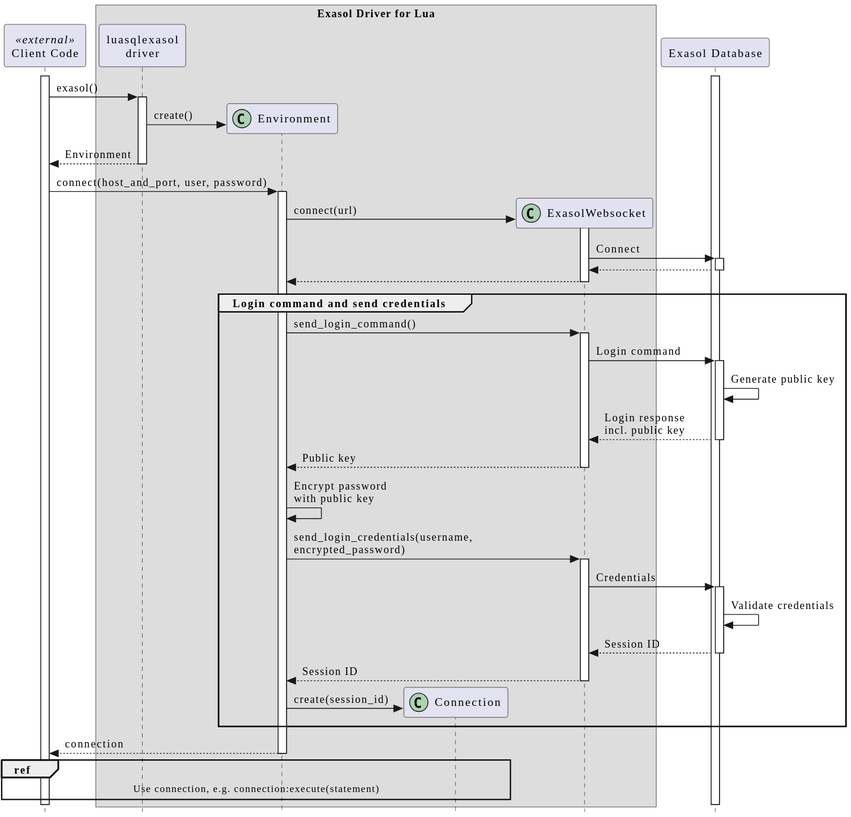
Above: doc/images/generated/seq_environment_connect.svg in exasol/exasol-driver-lua (PlantUML), before the change.
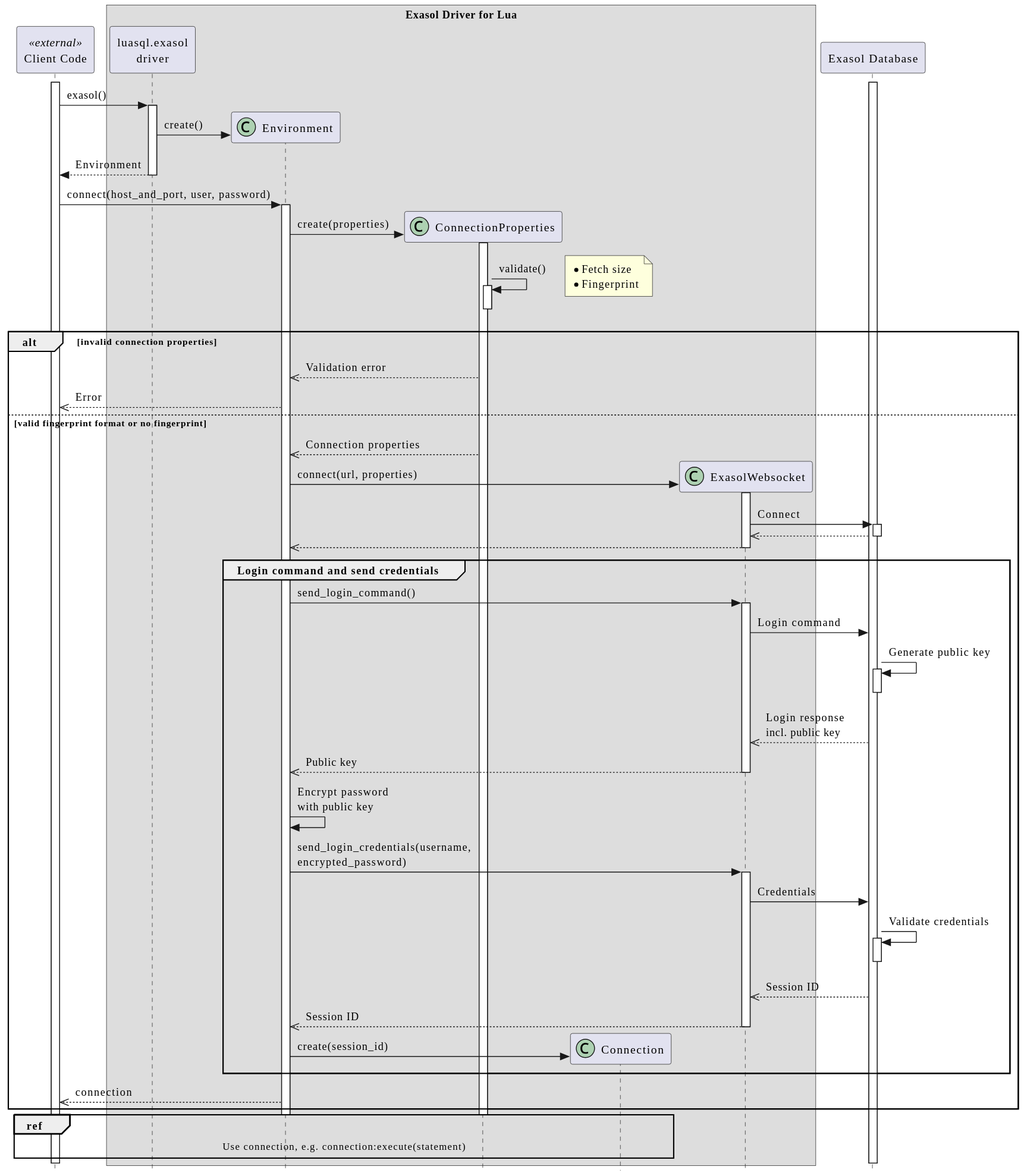
The same diagram one commit later.

The edit, as a diff of the source:
```diff
@@ -1,10 +1,11 @@
-@startuml seq_environment_connect
+@startuml
 !include ../clean.skin
 
 participant "Client Code" as client <<external>>
 box "Exasol Driver for Lua"
-participant "luasqlexasol\ndriver"  as entry
+participant "luasql.exasol\ndriver" as entry
 participant Environment as env << (C,#ADD1B2) >>
+participant ConnectionProperties as props << (C,#ADD1B2) >>
 participant Connection as conn << (C,#ADD1B2) >>
 participant ExasolWebsocket as ws << (C,#ADD1B2) >>
 end box
@@ -20,39 +21,56 @@
 deactivate entry
 client -> env: connect(host_and_port, user, password)
 activate env
-create ws
-env -> ws: connect(url)
-activate ws
-ws -> db: Connect
-activate db
-db --> ws
-deactivate db
-ws --> env
-deactivate ws
-group Login command and send credentials
+create props
+env -> props: create(properties)
+activate props
+props -> props: validate()
+note right
+    * Fetch size
+    * Fingerprint
+end note
+activate props
+deactivate props
+alt invalid connection properties
+    props -->> env: Validation error
+    env -->> client: Error
+else valid fingerprint format or no fingerprint
+    props -->> env: Connection properties
+    create ws
+    env -> ws: connect(url, properties)
+    activate ws
+    ws -> db: Connect
+    activate db
+    db -->> ws
+    deactivate db
+    ws -->> env
+    deactivate ws
+    group Login command and send credentials
     env -> ws: send_login_command()
     activate ws
     ws -> db: Login command
+    db -> db : Generate public key
     activate db
-    db -> db : Generate public key
-    db --> ws: Login response\nincl. public key
     deactivate db
-    ws --> env: Public key
+    db -->> ws: Login response\nincl. public key
+    ws -->> env: Public key
     deactivate ws
     env -> env: Encrypt password\nwith public key
     env -> ws: send_login_credentials(username,\nencrypted_password)
     activate ws
     ws -> db: Credentials
+    db -> db: Validate credentials
     activate db
-    db -> db: Validate credentials
-    db --> ws: Session ID
     deactivate db
-    ws --> env: Session ID
+    db -->> ws: Session ID
+    ws -->> env: Session ID
     deactivate ws
     create conn
     env -> conn: create(session_id)
+    end
+    env -->> client: connection
 end
-client <-- env: connection
+deactivate props
 deactivate env
 ref over client, conn: Use connection, e.g. connection:execute(statement)
 @enduml
```
